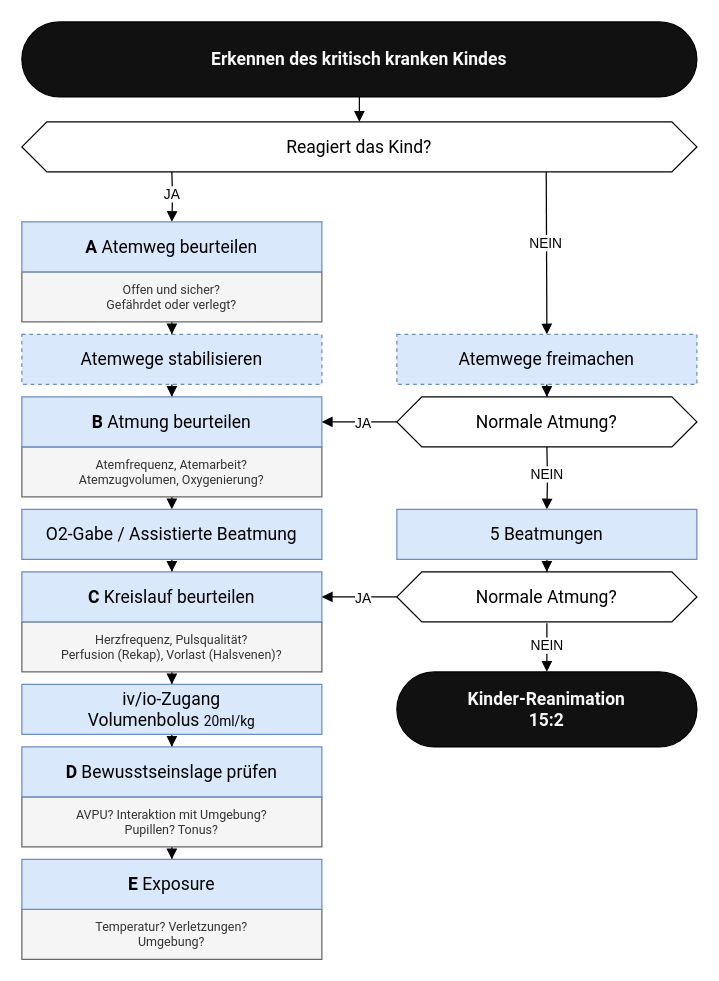
Before: assets/flows/kritischeskind.drawio in steiiin/notsan-app, a draw.io diagram. Source tidied: cells renumbered, new cells numbered last; positions are measured from the earlier drawing's top-left corner, leaving out a move shared by most shapes. Both pictures are drawn from the tidied source at 125%, with x=0, y=0 at pixel (21, 21).
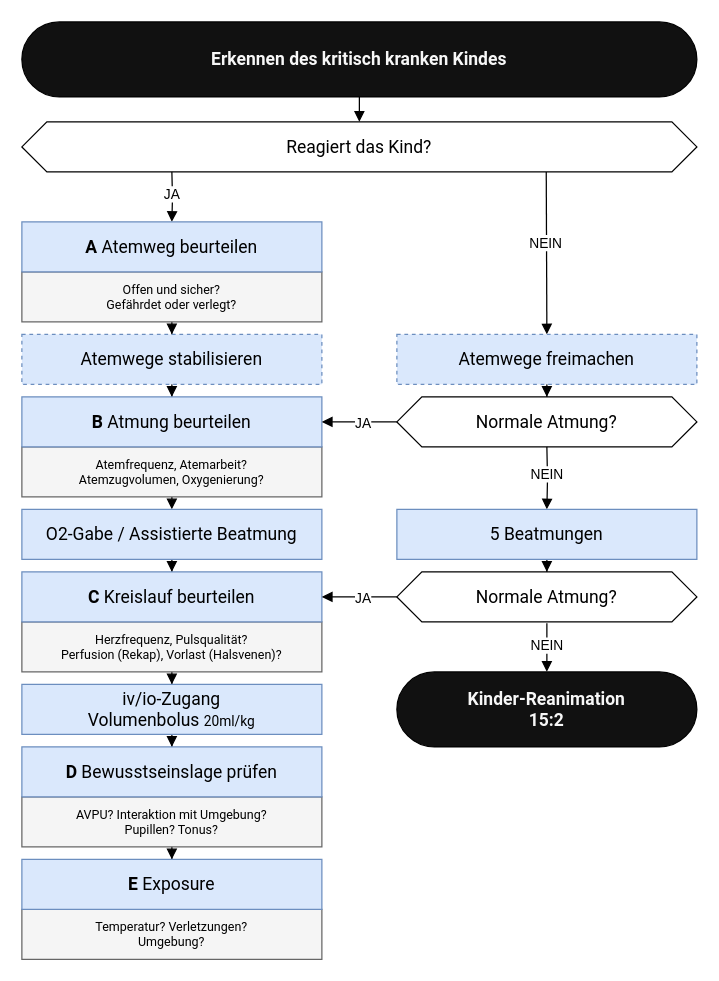
Above is the later version.

The edit, as a diff of the source:
```diff
@@
-    <mxCell id="3" value="AVPU? Interaktion mit Umgebung?&lt;br&gt;Pupillen? Tonus?" style="rounded=0;whiteSpace=wrap;html=1;fillColor=#f5f5f5;strokeColor=#666666;fontFamily=&quot;Roboto&quot;, &quot;Helvetica Neue&quot;, sans-serif;fontSize=10;fontColor=#333333;labelBackgroundColor=none;" parent="1" vertex="1">
+    <mxCell id="3" value="AVPU? Interaktion mit Umgebung?&lt;br&gt;Pupillen? Tonus?" style="rounded=0;whiteSpace=wrap;html=1;fillColor=#f5f5f5;strokeColor=#666666;fontFamily=&quot;Roboto&quot;, &quot;Helvetica Neue&quot;, sans-serif;fontSize=10;fontColor=default;labelBackgroundColor=none;" parent="1" vertex="1">
       <mxGeometry y="620" width="240" height="40" as="geometry" />
     </mxCell>
@@
-    <mxCell id="5" value="Herzfrequenz, Pulsqualität?&lt;br&gt;Perfusion (Rekap), Vorlast (Halsvenen)?" style="rounded=0;whiteSpace=wrap;html=1;fillColor=#f5f5f5;strokeColor=#666666;fontFamily=&quot;Roboto&quot;, &quot;Helvetica Neue&quot;, sans-serif;fontSize=10;fontColor=#333333;labelBackgroundColor=none;" parent="1" vertex="1">
+    <mxCell id="5" value="Herzfrequenz, Pulsqualität?&lt;br&gt;Perfusion (Rekap), Vorlast (Halsvenen)?" style="rounded=0;whiteSpace=wrap;html=1;fillColor=#f5f5f5;strokeColor=#666666;fontFamily=&quot;Roboto&quot;, &quot;Helvetica Neue&quot;, sans-serif;fontSize=10;fontColor=default;labelBackgroundColor=none;" parent="1" vertex="1">
       <mxGeometry y="480" width="240" height="40" as="geometry" />
     </mxCell>
@@
-    <mxCell id="7" value="Atemfrequenz, Atemarbeit?&lt;div&gt;Atemzugvolumen, Oxygenierung?&lt;/div&gt;" style="rounded=0;whiteSpace=wrap;html=1;fillColor=#f5f5f5;strokeColor=#666666;fontFamily=&quot;Roboto&quot;, &quot;Helvetica Neue&quot;, sans-serif;fontSize=10;fontColor=#333333;labelBackgroundColor=none;" parent="1" vertex="1">
+    <mxCell id="7" value="Atemfrequenz, Atemarbeit?&lt;div&gt;Atemzugvolumen, Oxygenierung?&lt;/div&gt;" style="rounded=0;whiteSpace=wrap;html=1;fillColor=#f5f5f5;strokeColor=#666666;fontFamily=&quot;Roboto&quot;, &quot;Helvetica Neue&quot;, sans-serif;fontSize=10;fontColor=default;labelBackgroundColor=none;" parent="1" vertex="1">
       <mxGeometry y="340" width="240" height="40" as="geometry" />
     </mxCell>
@@
-    <mxCell id="9" value="Offen und sicher?&lt;br&gt;Gefährdet oder verlegt?" style="rounded=0;whiteSpace=wrap;html=1;fillColor=#f5f5f5;strokeColor=#666666;fontFamily=&quot;Roboto&quot;, &quot;Helvetica Neue&quot;, sans-serif;fontSize=10;fontColor=#333333;labelBackgroundColor=none;" parent="1" vertex="1">
+    <mxCell id="9" value="Offen und sicher?&lt;br&gt;Gefährdet oder verlegt?" style="rounded=0;whiteSpace=wrap;html=1;fillColor=#f5f5f5;strokeColor=#666666;fontFamily=&quot;Roboto&quot;, &quot;Helvetica Neue&quot;, sans-serif;fontSize=10;fontColor=default;labelBackgroundColor=none;" parent="1" vertex="1">
       <mxGeometry y="200" width="240" height="40" as="geometry" />
     </mxCell>
@@
-    <mxCell id="39" value="Temperatur? Verletzungen?&lt;br&gt;Umgebung?" style="rounded=0;whiteSpace=wrap;html=1;fillColor=#f5f5f5;strokeColor=#666666;fontFamily=&quot;Roboto&quot;, &quot;Helvetica Neue&quot;, sans-serif;fontSize=10;fontColor=#333333;labelBackgroundColor=none;" parent="1" vertex="1">
+    <mxCell id="39" value="Temperatur? Verletzungen?&lt;br&gt;Umgebung?" style="rounded=0;whiteSpace=wrap;html=1;fillColor=#f5f5f5;strokeColor=#666666;fontFamily=&quot;Roboto&quot;, &quot;Helvetica Neue&quot;, sans-serif;fontSize=10;fontColor=default;labelBackgroundColor=none;" parent="1" vertex="1">
       <mxGeometry y="710" width="240" height="40" as="geometry" />
     </mxCell>
```
